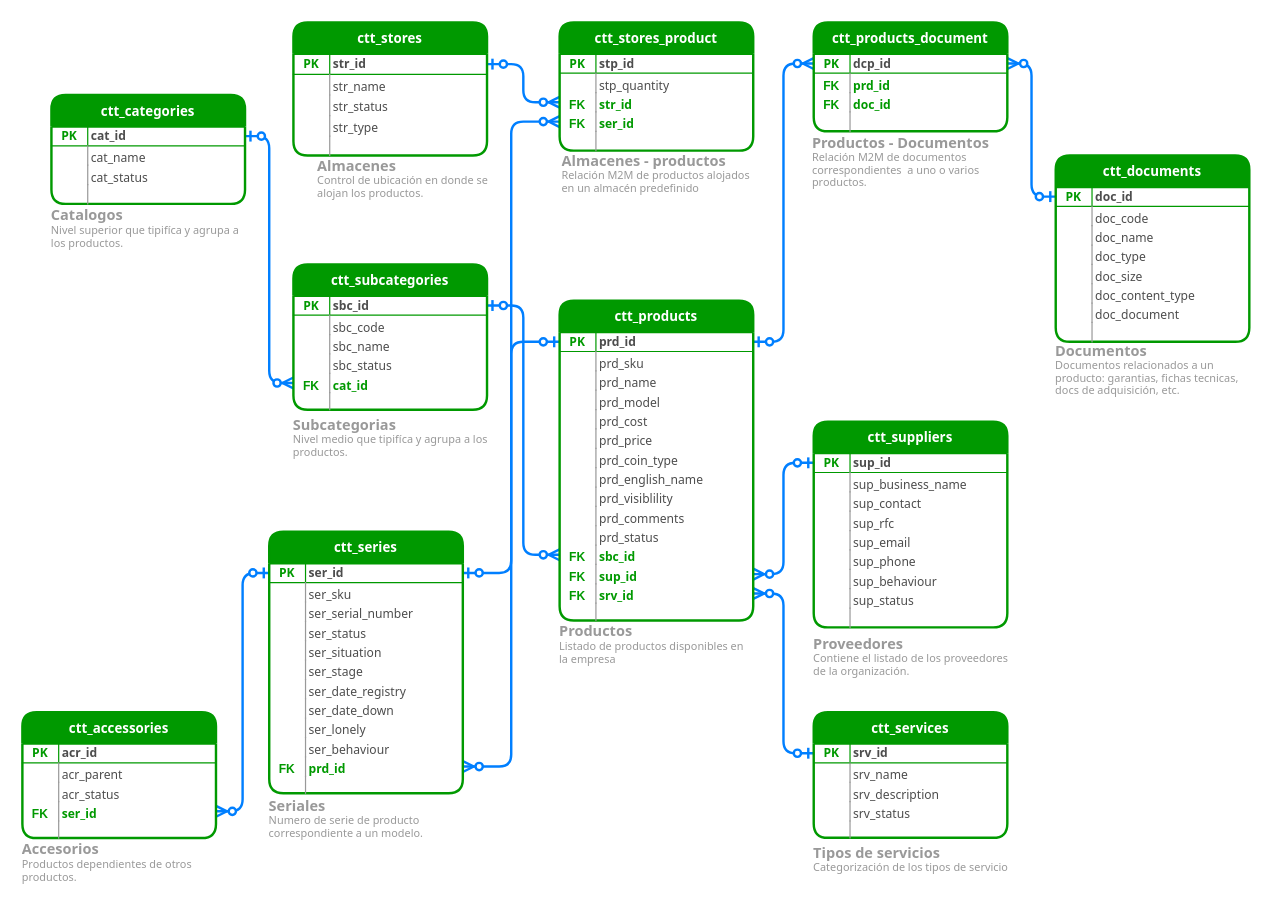
This is page "Productos" (2 of 4) of _desarrollo/archivos_info/CTTRentals entidad relacion.drawio from juarezjorr/TesteoCire, a draw.io file, before an edit. Source tidied: cells renumbered, new cells numbered last; positions are measured from the earlier drawing's top-left corner, leaving out a move shared by most shapes. Both pictures are drawn from the tidied source at 121%, with x=0, y=0 at pixel (22, 22).
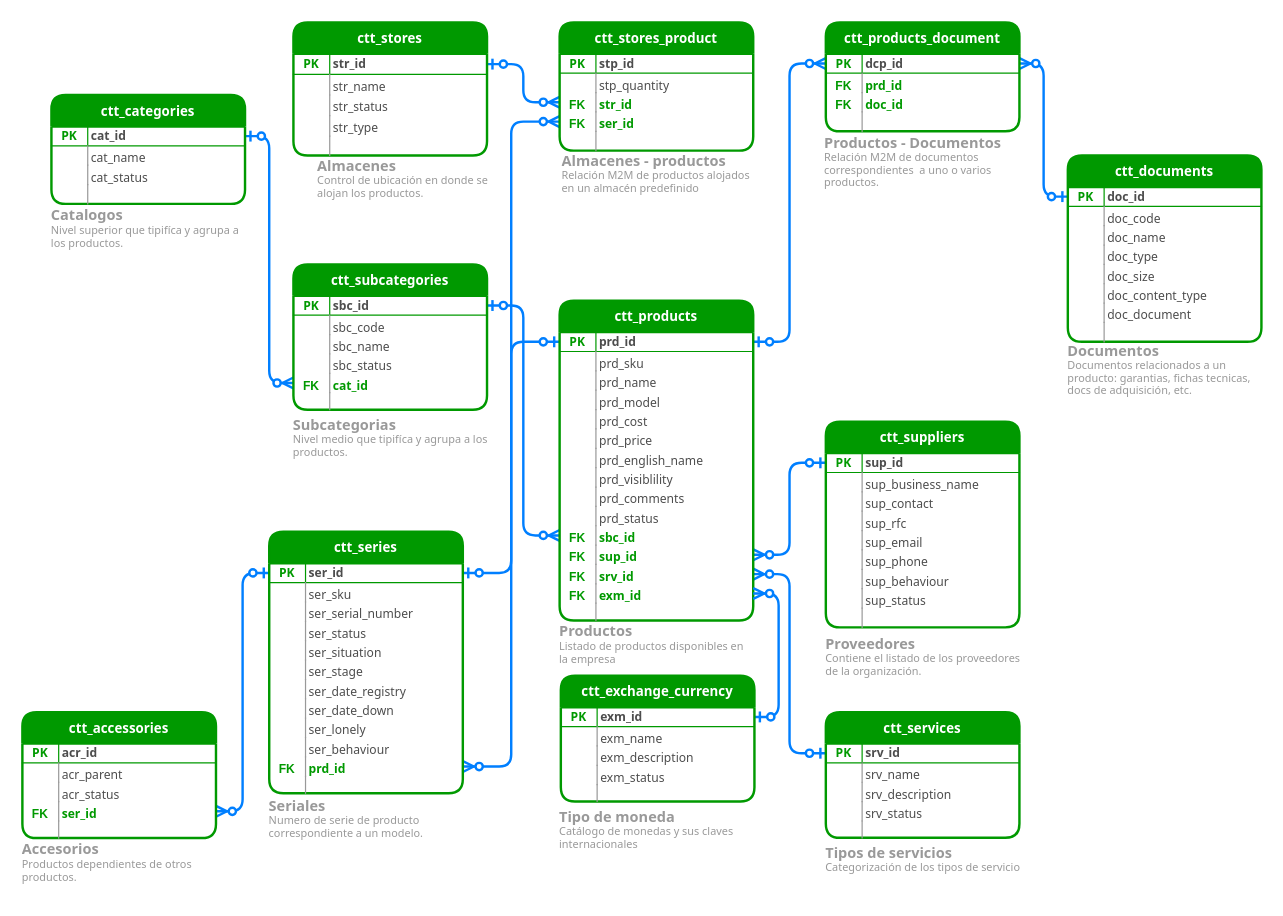
The same page after the edit.

The change refers to these unchanged cells:
```xml
<mxCell id="121" value="ctt_products" style="swimlane;fontStyle=1;horizontal=1;startSize=26;swimlaneFillColor=#ffffff;align=center;fontSize=11;strokeWidth=2;rounded=1;fontColor=#FFFFFF;fontFamily=Tahoma;fillColor=#009900;strokeColor=#009900;" parent="120" vertex="1">
  <mxGeometry width="160" height="264.3" as="geometry" />
</mxCell>
```

What changed in the source:
```diff
@@
     <mxCell id="23" style="group;" parent="1" vertex="1">
-      <mxGeometry x="654" y="570" width="160" height="147" as="geometry" />
+      <mxGeometry x="664" y="570" width="160" height="147" as="geometry" />
     </mxCell>
@@
     <mxCell id="89" style="group;" parent="1" vertex="1">
-      <mxGeometry x="654" width="160" height="144" as="geometry" />
+      <mxGeometry x="664" width="160" height="144" as="geometry" />
     </mxCell>
@@
     <mxCell id="100" style="group;" parent="1" vertex="1">
-      <mxGeometry x="854" y="110" width="160" height="206" as="geometry" />
+      <mxGeometry x="864" y="110" width="160" height="206" as="geometry" />
     </mxCell>
@@
-    <mxCell id="134" value="prd_coin_type" style="shape=partialRectangle;top=0;left=0;right=0;bottom=0;align=left;verticalAlign=top;fillColor=none;spacingLeft=33;spacingRight=0;overflow=hidden;fontSize=10;fontFamily=Tahoma;spacing=0;dashed=1;strokeColor=#80A9E3;fontColor=#4D4D4D;" parent="121" vertex="1">
-      <mxGeometry y="122" width="160" height="16" as="geometry" />
-    </mxCell>
-    <mxCell id="135" style="shape=partialRectangle;top=0;left=0;bottom=0;fillColor=none;align=left;verticalAlign=top;spacingLeft=4;spacingRight=4;overflow=hidden;fontSize=12;strokeColor=#999999;" parent="134" vertex="1">
-      <mxGeometry width="30" height="16" as="geometry" />
-    </mxCell>
     <mxCell id="136" value="prd_english_name" style="shape=partialRectangle;top=0;left=0;right=0;bottom=0;align=left;verticalAlign=top;fillColor=none;spacingLeft=33;spacingRight=0;overflow=hidden;fontSize=10;fontFamily=Tahoma;spacing=0;dashed=1;strokeColor=#80A9E3;fontColor=#4D4D4D;" parent="121" vertex="1">
-      <mxGeometry y="138" width="160" height="16" as="geometry" />
+      <mxGeometry y="122" width="160" height="16" as="geometry" />
     </mxCell>
@@
     <mxCell id="138" value="prd_visiblility" style="shape=partialRectangle;top=0;left=0;right=0;bottom=0;align=left;verticalAlign=top;fillColor=none;spacingLeft=33;spacingRight=0;overflow=hidden;fontSize=10;fontFamily=Tahoma;spacing=0;dashed=1;strokeColor=#80A9E3;fontColor=#4D4D4D;" parent="121" vertex="1">
-      <mxGeometry y="154" width="160" height="16" as="geometry" />
+      <mxGeometry y="138" width="160" height="16" as="geometry" />
     </mxCell>
@@
     <mxCell id="140" value="prd_comments" style="shape=partialRectangle;top=0;left=0;right=0;bottom=0;align=left;verticalAlign=top;fillColor=none;spacingLeft=33;spacingRight=0;overflow=hidden;fontSize=10;fontFamily=Tahoma;spacing=0;dashed=1;strokeColor=#80A9E3;fontColor=#4D4D4D;" parent="121" vertex="1">
-      <mxGeometry y="170" width="160" height="16" as="geometry" />
+      <mxGeometry y="154" width="160" height="16" as="geometry" />
     </mxCell>
@@
     <mxCell id="142" value="prd_status" style="shape=partialRectangle;top=0;left=0;right=0;bottom=0;align=left;verticalAlign=top;fillColor=none;spacingLeft=33;spacingRight=0;overflow=hidden;fontSize=10;fontFamily=Tahoma;spacing=0;dashed=1;strokeColor=#80A9E3;fontColor=#4D4D4D;" parent="121" vertex="1">
-      <mxGeometry y="186" width="160" height="16" as="geometry" />
+      <mxGeometry y="170" width="160" height="16" as="geometry" />
     </mxCell>
@@
     <mxCell id="144" value="sbc_id" style="shape=partialRectangle;top=0;left=0;right=0;bottom=0;align=left;verticalAlign=top;fillColor=none;spacingLeft=33;spacingRight=0;overflow=hidden;points=[[0,0.5],[1,0.5]];portConstraint=eastwest;fontSize=10;fontFamily=Tahoma;spacing=0;fontStyle=1;fontColor=#009900;" parent="121" vertex="1">
-      <mxGeometry y="202" width="160" height="16" as="geometry" />
+      <mxGeometry y="186" width="160" height="16" as="geometry" />
     </mxCell>
@@
     <mxCell id="146" value="sup_id" style="shape=partialRectangle;top=0;left=0;right=0;bottom=0;align=left;verticalAlign=top;fillColor=none;spacingLeft=33;spacingRight=0;overflow=hidden;points=[[0,0.5],[1,0.5]];portConstraint=eastwest;fontSize=10;fontFamily=Tahoma;spacing=0;fontStyle=1;fontColor=#009900;" parent="121" vertex="1">
-      <mxGeometry y="218" width="160" height="16" as="geometry" />
+      <mxGeometry y="202" width="160" height="16" as="geometry" />
     </mxCell>
@@
     <mxCell id="148" value="srv_id" style="shape=partialRectangle;top=0;left=0;right=0;bottom=0;align=left;verticalAlign=top;fillColor=none;spacingLeft=33;spacingRight=0;overflow=hidden;points=[[0,0.5],[1,0.5]];portConstraint=eastwest;fontSize=10;fontFamily=Tahoma;spacing=0;fontStyle=1;fontColor=#009900;" parent="121" vertex="1">
-      <mxGeometry y="234" width="160" height="16" as="geometry" />
+      <mxGeometry y="218" width="160" height="16" as="geometry" />
     </mxCell>
@@
+    <mxCell id="201" value="exm_id" style="shape=partialRectangle;top=0;left=0;right=0;bottom=0;align=left;verticalAlign=top;fillColor=none;spacingLeft=33;spacingRight=0;overflow=hidden;points=[[0,0.5],[1,0.5]];portConstraint=eastwest;fontSize=10;fontFamily=Tahoma;spacing=0;fontStyle=1;fontColor=#009900;" parent="121" vertex="1">
+      <mxGeometry y="234" width="160" height="16" as="geometry" />
+    </mxCell>
+    <mxCell id="202" value="FK" style="shape=partialRectangle;top=0;left=0;bottom=0;fillColor=none;align=center;verticalAlign=top;spacingLeft=0;spacingRight=0;overflow=hidden;fontSize=10;fontStyle=1;strokeColor=#999999;fontColor=#009900;spacing=0;" parent="201" vertex="1">
+      <mxGeometry width="30" height="16" as="geometry" />
+    </mxCell>
@@
     <mxCell id="180" style="group;" parent="1" vertex="1">
-      <mxGeometry x="654" y="330" width="160" height="220" as="geometry" />
+      <mxGeometry x="664" y="330" width="160" height="220" as="geometry" />
     </mxCell>
@@
+    <mxCell id="203" style="edgeStyle=orthogonalEdgeStyle;rounded=1;jettySize=auto;html=1;entryX=1;entryY=0.5;entryDx=0;entryDy=0;fontFamily=Tahoma;fontSize=10;fontColor=#007FFF;strokeColor=#007FFF;strokeWidth=2;endFill=1;endArrow=ERzeroToOne;startFill=1;startArrow=ERzeroToMany;" parent="1" edge="1" source="201" target="206">
+      <mxGeometry relative="1" as="geometry" />
+    </mxCell>
+    <mxCell id="204" style="group;" parent="1" vertex="1">
+      <mxGeometry x="444" y="540" width="161" height="147" as="geometry" />
+    </mxCell>
+    <mxCell id="205" value="ctt_exchange_currency" style="swimlane;fontStyle=1;horizontal=1;startSize=26;swimlaneFillColor=#ffffff;align=center;fontSize=11;strokeWidth=2;rounded=1;fontColor=#FFFFFF;fontFamily=Tahoma;fillColor=#009900;strokeColor=#009900;" parent="204" vertex="1">
+      <mxGeometry x="1" width="160" height="103.9" as="geometry" />
+    </mxCell>
+    <mxCell id="206" value="exm_id" style="shape=partialRectangle;top=0;left=0;right=0;bottom=1;align=left;verticalAlign=middle;fillColor=none;spacingLeft=33;spacingRight=0;overflow=hidden;points=[[0,0.5],[1,0.5]];portConstraint=eastwest;fontStyle=1;fontSize=10;fontFamily=Tahoma;strokeColor=#009900;spacing=0;fontColor=#4D4D4D;" parent="205" vertex="1">
+      <mxGeometry y="26" width="160" height="16" as="geometry" />
+    </mxCell>
+    <mxCell id="207" value="PK" style="shape=partialRectangle;top=0;left=0;bottom=0;fillColor=none;align=center;verticalAlign=middle;spacingLeft=0;spacingRight=0;overflow=hidden;fontSize=10;fontFamily=Tahoma;fontStyle=1;strokeColor=#009900;fontColor=#009900;spacing=0;" parent="206" vertex="1">
+      <mxGeometry width="30" height="16" as="geometry" />
+    </mxCell>
+    <mxCell id="208" value="exm_name" style="shape=partialRectangle;top=0;left=0;right=0;bottom=0;align=left;verticalAlign=top;fillColor=none;spacingLeft=33;spacingRight=0;overflow=hidden;fontSize=10;fontFamily=Tahoma;spacing=0;dashed=1;strokeColor=#80A9E3;fontColor=#4D4D4D;" parent="205" vertex="1">
+      <mxGeometry y="42" width="160" height="16" as="geometry" />
+    </mxCell>
+    <mxCell id="209" style="shape=partialRectangle;top=0;left=0;bottom=0;fillColor=none;align=left;verticalAlign=top;spacingLeft=4;spacingRight=4;overflow=hidden;fontSize=12;strokeColor=#999999;" parent="208" vertex="1">
+      <mxGeometry width="30" height="16" as="geometry" />
+    </mxCell>
+    <mxCell id="210" value="exm_description" style="shape=partialRectangle;top=0;left=0;right=0;bottom=0;align=left;verticalAlign=top;fillColor=none;spacingLeft=33;spacingRight=0;overflow=hidden;fontSize=10;fontFamily=Tahoma;spacing=0;dashed=1;strokeColor=#80A9E3;fontColor=#4D4D4D;" parent="205" vertex="1">
+      <mxGeometry y="58" width="160" height="16" as="geometry" />
+    </mxCell>
+    <mxCell id="211" style="shape=partialRectangle;top=0;left=0;bottom=0;fillColor=none;align=left;verticalAlign=top;spacingLeft=4;spacingRight=4;overflow=hidden;fontSize=12;strokeColor=#999999;" parent="210" vertex="1">
+      <mxGeometry width="30" height="16" as="geometry" />
+    </mxCell>
+    <mxCell id="212" value="exm_status" style="shape=partialRectangle;top=0;left=0;right=0;bottom=0;align=left;verticalAlign=top;fillColor=none;spacingLeft=33;spacingRight=0;overflow=hidden;fontSize=10;fontFamily=Tahoma;spacing=0;dashed=1;strokeColor=#80A9E3;fontColor=#4D4D4D;" parent="205" vertex="1">
+      <mxGeometry y="74" width="160" height="16" as="geometry" />
+    </mxCell>
+    <mxCell id="213" style="shape=partialRectangle;top=0;left=0;bottom=0;fillColor=none;align=left;verticalAlign=top;spacingLeft=4;spacingRight=4;overflow=hidden;fontSize=12;strokeColor=#999999;" parent="212" vertex="1">
+      <mxGeometry width="30" height="16" as="geometry" />
+    </mxCell>
+    <mxCell id="214" style="shape=partialRectangle;top=0;left=0;right=0;bottom=0;align=left;verticalAlign=top;fillColor=none;spacingLeft=33;spacingRight=3;overflow=hidden;fontSize=10;fontFamily=Tahoma;spacing=2;" parent="205" vertex="1">
+      <mxGeometry y="90" width="160" height="13.9" as="geometry" />
+    </mxCell>
+    <mxCell id="215" style="shape=partialRectangle;top=0;left=0;bottom=0;fillColor=none;align=left;verticalAlign=top;spacingLeft=4;spacingRight=4;overflow=hidden;fontSize=12;strokeColor=#999999;" parent="214" vertex="1">
+      <mxGeometry width="30" height="13.9" as="geometry" />
+    </mxCell>
+    <mxCell id="216" value="&lt;h4&gt;&lt;font style=&quot;line-height: 0%&quot;&gt;&lt;span style=&quot;font-size: 12px&quot;&gt;Tipo de moneda&lt;br&gt;&lt;/span&gt;&lt;/font&gt;&lt;span style=&quot;font-weight: normal&quot;&gt;Catálogo de monedas y sus claves internacionales&lt;/span&gt;&lt;/h4&gt;" style="text;html=1;strokeColor=none;fillColor=none;spacing=0;spacingTop=-13;whiteSpace=wrap;overflow=hidden;rounded=0;fontFamily=Tahoma;fontSize=9;fontColor=#999999;" parent="204" vertex="1">
+      <mxGeometry y="108.7" width="160" height="38.3" as="geometry" />
+    </mxCell>
```
